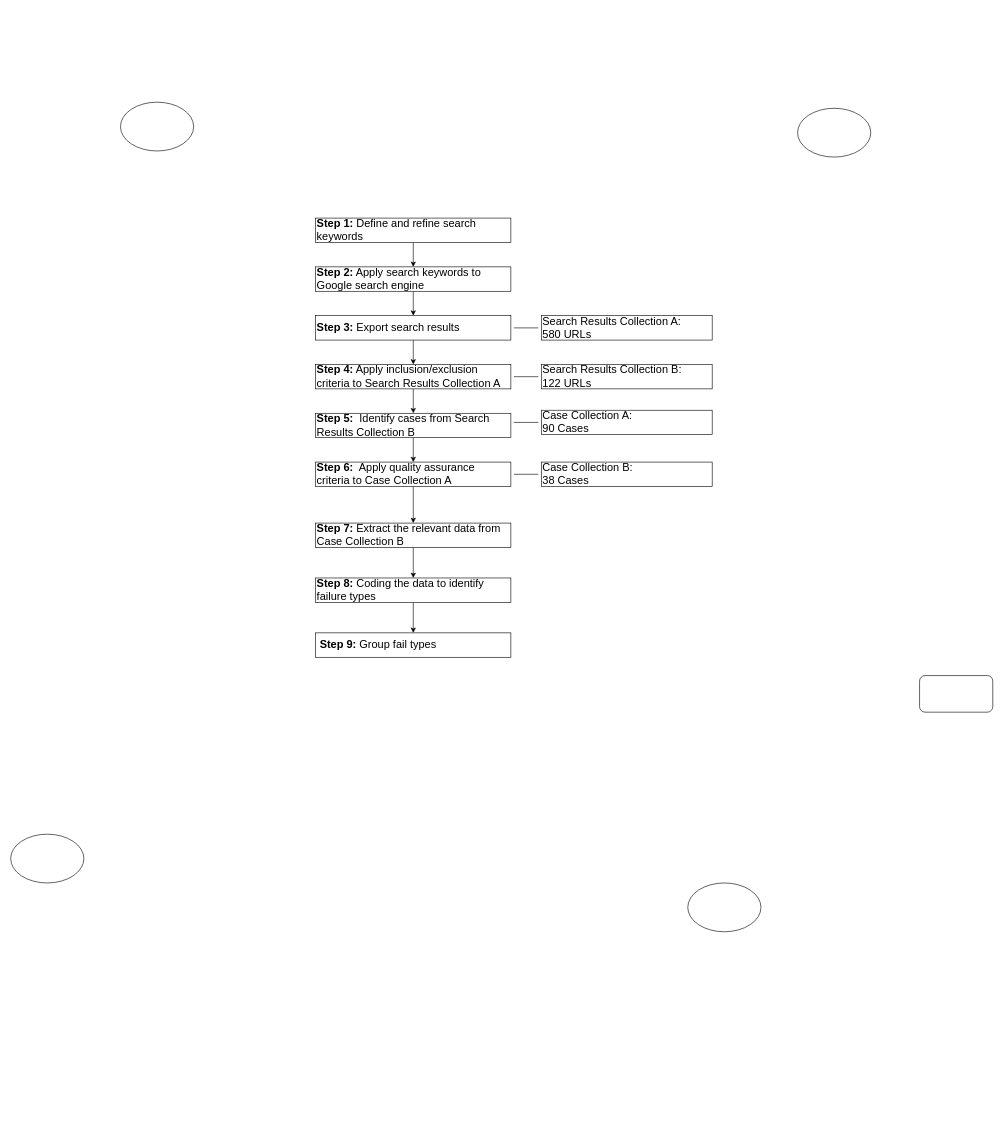
Before: Diagrams/Diagram.drawio in HeiderJeffer/Gilgamesh, a draw.io diagram. Source tidied: cells renumbered, new cells numbered last; positions are measured from the earlier drawing's top-left corner, leaving out a move shared by most shapes. Both pictures are drawn from the tidied source at 61%, with x=0, y=0 at pixel (10, 102).
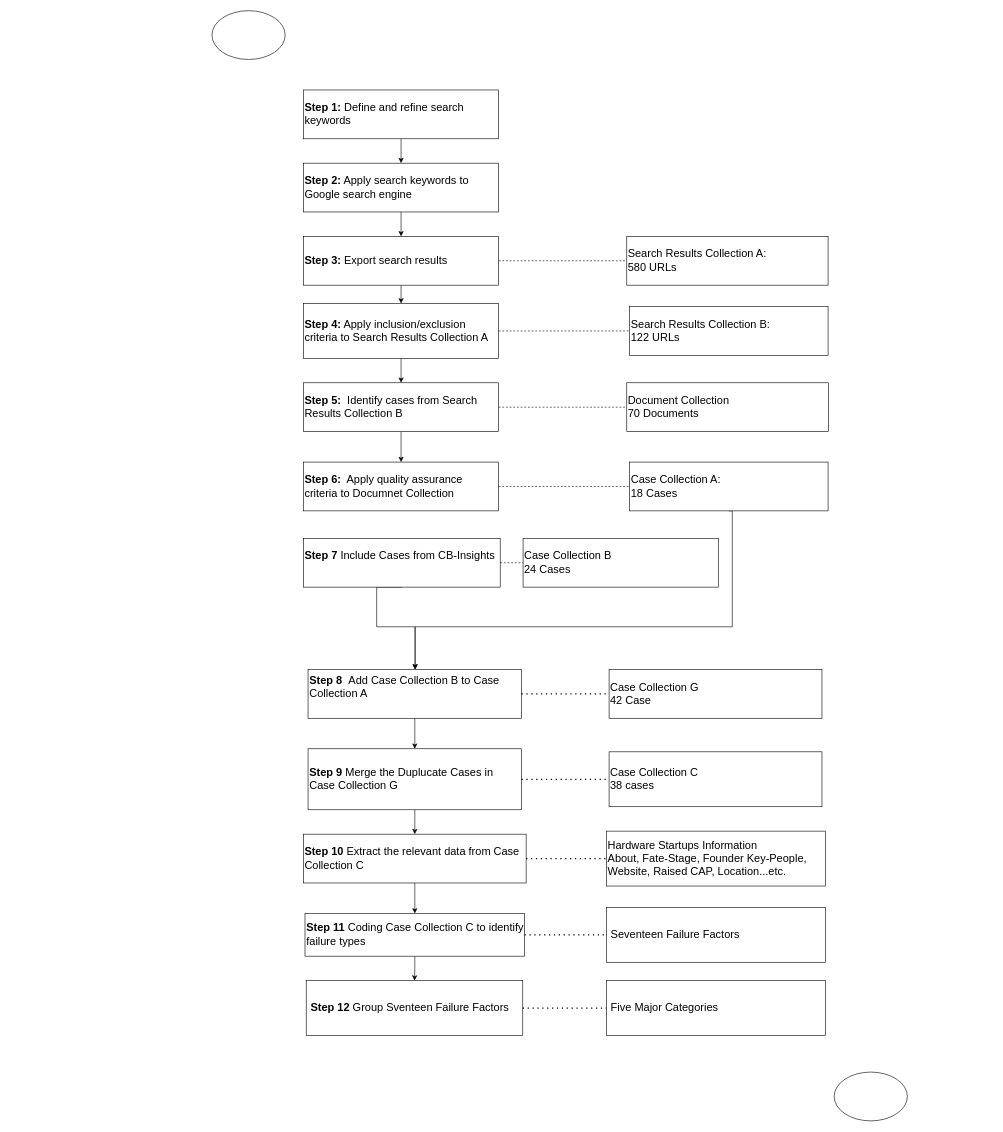
Above is the later version.

What changed in the source:
```diff
@@
     <mxCell id="3" value="&lt;span style=&quot;white-space: normal&quot;&gt;&lt;font style=&quot;font-size: 18px&quot;&gt;&lt;b&gt;Step 1:&lt;/b&gt; Define and refine search keywords&lt;/font&gt;&lt;/span&gt;" style="rounded=0;whiteSpace=wrap;html=1;align=left;" parent="1" vertex="1">
-      <mxGeometry x="500" y="190" width="320" height="40" as="geometry" />
+      <mxGeometry x="480" y="-20" width="320" height="80" as="geometry" />
     </mxCell>
@@
     <mxCell id="5" value="&lt;font style=&quot;font-size: 18px&quot;&gt;&lt;b&gt;Step 2:&lt;/b&gt; Apply search keywords to Google search engine&lt;/font&gt;" style="rounded=0;whiteSpace=wrap;html=1;align=left;" parent="1" vertex="1">
-      <mxGeometry x="500" y="270" width="320" height="40" as="geometry" />
+      <mxGeometry x="480" y="100" width="320" height="80" as="geometry" />
     </mxCell>
@@
     <mxCell id="7" value="&lt;font style=&quot;font-size: 18px&quot;&gt;&lt;b&gt;Step 3:&lt;/b&gt; Export search results&lt;/font&gt;" style="rounded=0;whiteSpace=wrap;html=1;align=left;" parent="1" vertex="1">
-      <mxGeometry x="500" y="350" width="320" height="40" as="geometry" />
+      <mxGeometry x="480" y="220" width="320" height="80" as="geometry" />
     </mxCell>
@@
     <mxCell id="9" value="&lt;font style=&quot;font-size: 18px&quot;&gt;&lt;b&gt;Step 4:&lt;/b&gt; Apply inclusion/exclusion criteria to Search Results Collection A&lt;/font&gt;" style="rounded=0;whiteSpace=wrap;html=1;align=left;" parent="1" vertex="1">
-      <mxGeometry x="500" y="430" width="320" height="40" as="geometry" />
+      <mxGeometry x="480" y="330" width="320" height="90" as="geometry" />
     </mxCell>
@@
     <mxCell id="11" value="&lt;font style=&quot;font-size: 18px&quot;&gt;&lt;b&gt;Step 5:&lt;/b&gt;&amp;nbsp; Identify cases from Search Results Collection B&lt;/font&gt;" style="rounded=0;whiteSpace=wrap;html=1;align=left;" parent="1" vertex="1">
-      <mxGeometry x="500" y="510" width="320" height="40" as="geometry" />
+      <mxGeometry x="480" y="460" width="320" height="80" as="geometry" />
     </mxCell>
-    <mxCell id="12" style="edgeStyle=orthogonalEdgeStyle;rounded=0;jettySize=auto;html=1;exitX=0.5;exitY=1;exitDx=0;exitDy=0;entryX=0.5;entryY=0;entryDx=0;entryDy=0;" parent="1" edge="1" source="13" target="15">
-      <mxGeometry relative="1" as="geometry" />
-    </mxCell>
-    <mxCell id="13" value="&lt;font style=&quot;font-size: 18px&quot;&gt;&lt;b&gt;Step 6:&lt;/b&gt;&amp;nbsp; Apply quality assurance criteria to Case Collection A&lt;/font&gt;" style="rounded=0;whiteSpace=wrap;html=1;align=left;" parent="1" vertex="1">
-      <mxGeometry x="500" y="590" width="320" height="40" as="geometry" />
+    <mxCell id="13" value="&lt;font style=&quot;font-size: 18px&quot;&gt;&lt;b&gt;Step 6:&lt;/b&gt;&amp;nbsp; Apply quality assurance criteria to Documnet Collection&lt;/font&gt;" style="rounded=0;whiteSpace=wrap;html=1;align=left;" parent="1" vertex="1">
+      <mxGeometry x="480" y="590" width="320" height="80" as="geometry" />
     </mxCell>
@@
-    <mxCell id="15" value="&lt;font style=&quot;font-size: 18px&quot;&gt;&lt;b&gt;Step 7:&lt;/b&gt; Extract the relevant data from Case Collection B&lt;/font&gt;" style="rounded=0;whiteSpace=wrap;html=1;align=left;" parent="1" vertex="1">
-      <mxGeometry x="500" y="690" width="320" height="40" as="geometry" />
+    <mxCell id="15" value="&lt;font style=&quot;font-size: 18px&quot;&gt;&lt;b&gt;Step 10&lt;/b&gt;&amp;nbsp;Extract the relevant data from Case Collection C&lt;/font&gt;" style="rounded=0;whiteSpace=wrap;html=1;align=left;" parent="1" vertex="1">
+      <mxGeometry x="480" y="1200" width="365" height="80" as="geometry" />
     </mxCell>
@@
-    <mxCell id="17" value="&lt;font style=&quot;font-size: 18px&quot;&gt;&lt;b&gt;Step 8:&lt;/b&gt; Coding the data to identify failure types&lt;/font&gt;" style="rounded=0;whiteSpace=wrap;html=1;align=left;" parent="1" vertex="1">
-      <mxGeometry x="500" y="780" width="320" height="40" as="geometry" />
+    <mxCell id="17" value="&lt;font style=&quot;font-size: 18px&quot;&gt;&lt;b&gt;Step 11&lt;/b&gt;&amp;nbsp;Coding Case Collection C to identify failure types&lt;br&gt;&lt;/font&gt;" style="rounded=0;whiteSpace=wrap;html=1;align=left;" parent="1" vertex="1">
+      <mxGeometry x="482.5" y="1330" width="360" height="70" as="geometry" />
     </mxCell>
-    <mxCell id="18" value="&lt;font style=&quot;font-size: 18px&quot;&gt;&lt;b&gt;&amp;nbsp;Step 9:&amp;nbsp;&lt;/b&gt;Group fail types&lt;/font&gt;" style="rounded=0;whiteSpace=wrap;html=1;align=left;" parent="1" vertex="1">
-      <mxGeometry x="500" y="870" width="320" height="40" as="geometry" />
+    <mxCell id="18" value="&lt;font style=&quot;font-size: 18px&quot;&gt;&lt;b&gt;&amp;nbsp;Step 12&amp;nbsp;&lt;/b&gt;Group Sventeen Failure Factors&lt;br&gt;&lt;/font&gt;" style="rounded=0;whiteSpace=wrap;html=1;align=left;" parent="1" vertex="1">
+      <mxGeometry x="484.5" y="1440" width="355" height="90" as="geometry" />
     </mxCell>
     <mxCell id="19" value="&lt;font style=&quot;font-size: 18px&quot;&gt;Search Results Collection A:&lt;br&gt;580 URLs&lt;/font&gt;" style="rounded=0;whiteSpace=wrap;html=1;align=left;" parent="1" vertex="1">
-      <mxGeometry x="870" y="350" width="280" height="40" as="geometry" />
+      <mxGeometry x="1010" y="220" width="330" height="80" as="geometry" />
     </mxCell>
     <mxCell id="20" value="&lt;font style=&quot;font-size: 18px&quot;&gt;Search Results Collection B:&lt;br&gt;122 URLs&lt;/font&gt;" style="rounded=0;whiteSpace=wrap;html=1;align=left;" parent="1" vertex="1">
-      <mxGeometry x="870" y="430" width="280" height="40" as="geometry" />
+      <mxGeometry x="1014.5" y="335" width="325.5" height="80" as="geometry" />
     </mxCell>
-    <mxCell id="21" value="&lt;font style=&quot;font-size: 18px&quot;&gt;Case Collection A:&lt;br&gt;90 Cases&lt;/font&gt;" style="rounded=0;whiteSpace=wrap;html=1;align=left;" parent="1" vertex="1">
-      <mxGeometry x="870" y="505" width="280" height="40" as="geometry" />
+    <mxCell id="21" value="&lt;font style=&quot;font-size: 18px&quot;&gt;Document Collection&amp;nbsp;&lt;br&gt;70 Documents&lt;/font&gt;" style="rounded=0;whiteSpace=wrap;html=1;align=left;" parent="1" vertex="1">
+      <mxGeometry x="1010" y="460" width="330.5" height="80" as="geometry" />
     </mxCell>
+    <mxCell id="32" style="edgeStyle=orthogonalEdgeStyle;rounded=0;jettySize=auto;html=1;exitX=0.5;exitY=1;exitDx=0;exitDy=0;" parent="1" edge="1" source="22" target="36">
+      <mxGeometry relative="1" as="geometry">
+        <Array as="points">
+          <mxPoint x="1183" y="860" />
+          <mxPoint x="663" y="860" />
+        </Array>
+      </mxGeometry>
+    </mxCell>
-    <mxCell id="22" value="&lt;font style=&quot;font-size: 18px&quot;&gt;Case Collection B:&lt;br&gt;38 Cases&lt;/font&gt;" style="rounded=0;whiteSpace=wrap;html=1;align=left;" parent="1" vertex="1">
-      <mxGeometry x="870" y="590" width="280" height="40" as="geometry" />
+    <mxCell id="22" value="&lt;font style=&quot;font-size: 18px&quot;&gt;Case Collection A:&lt;br&gt;18 Cases&lt;/font&gt;" style="rounded=0;whiteSpace=wrap;html=1;align=left;" parent="1" vertex="1">
+      <mxGeometry x="1014.5" y="590" width="325.5" height="80" as="geometry" />
     </mxCell>
-    <mxCell id="23" style="rounded=1;whiteSpace=wrap;html=1;" parent="1" vertex="1">
-      <mxGeometry x="1490" y="940" width="120" height="60" as="geometry" />
-    </mxCell>
-    <mxCell id="24" style="line;strokeWidth=1;fillColor=none;align=left;verticalAlign=middle;spacingTop=-1;spacingLeft=3;spacingRight=3;labelPosition=right;" parent="1" vertex="1">
-      <mxGeometry x="825" y="415" width="40" height="70" as="geometry" />
-    </mxCell>
-    <mxCell id="25" style="line;strokeWidth=1;fillColor=none;align=left;verticalAlign=middle;spacingTop=-1;spacingLeft=3;spacingRight=3;labelPosition=right;" parent="1" vertex="1">
-      <mxGeometry x="825" y="490" width="40" height="70" as="geometry" />
-    </mxCell>
-    <mxCell id="26" style="line;strokeWidth=1;fillColor=none;align=left;verticalAlign=middle;spacingTop=-1;spacingLeft=3;spacingRight=3;labelPosition=right;" parent="1" vertex="1">
-      <mxGeometry x="825" y="335" width="40" height="70" as="geometry" />
-    </mxCell>
-    <mxCell id="27" style="line;strokeWidth=1;fillColor=none;align=left;verticalAlign=middle;spacingTop=-1;spacingLeft=3;spacingRight=3;labelPosition=right;" parent="1" vertex="1">
-      <mxGeometry x="825" y="575" width="40" height="70" as="geometry" />
-    </mxCell>
-    <mxCell id="28" style="ellipse;whiteSpace=wrap;html=1;" parent="1" vertex="1">
-      <mxGeometry x="1110" y="1280" width="120" height="80" as="geometry" />
-    </mxCell>
-    <mxCell id="29" style="ellipse;whiteSpace=wrap;html=1;" parent="1" vertex="1">
-      <mxGeometry x="1290" y="10" width="120" height="80" as="geometry" />
-    </mxCell>
-    <mxCell id="30" style="ellipse;whiteSpace=wrap;html=1;" parent="1" vertex="1">
-      <mxGeometry x="180" width="120" height="80" as="geometry" />
-    </mxCell>
-    <mxCell id="31" style="ellipse;whiteSpace=wrap;html=1;" parent="1" vertex="1">
-      <mxGeometry y="1200" width="120" height="80" as="geometry" />
-    </mxCell>
+    <mxCell id="33" style="edgeStyle=orthogonalEdgeStyle;rounded=0;jettySize=auto;html=1;exitX=0.5;exitY=1;exitDx=0;exitDy=0;" parent="1" edge="1" source="34" target="36">
+      <mxGeometry relative="1" as="geometry">
+        <Array as="points">
+          <mxPoint x="600" y="795" />
+          <mxPoint x="600" y="860" />
+          <mxPoint x="663" y="860" />
+        </Array>
+      </mxGeometry>
+    </mxCell>
+    <mxCell id="34" value="&lt;font style=&quot;font-size: 18px&quot;&gt;&lt;b&gt;Step 7&lt;/b&gt;&amp;nbsp;Include Cases from CB-Insights&lt;br&gt;&lt;br&gt;&lt;/font&gt;" style="rounded=0;whiteSpace=wrap;html=1;align=left;" parent="1" vertex="1">
+      <mxGeometry x="480" y="715" width="322.5" height="80" as="geometry" />
+    </mxCell>
+    <mxCell id="35" style="edgeStyle=orthogonalEdgeStyle;rounded=0;jettySize=auto;html=1;entryX=0.5;entryY=0;entryDx=0;entryDy=0;" parent="1" edge="1" source="36" target="38">
+      <mxGeometry relative="1" as="geometry" />
+    </mxCell>
+    <mxCell id="36" value="&lt;font style=&quot;font-size: 18px&quot;&gt;&lt;b&gt;Step 8&amp;nbsp; &lt;/b&gt;Add Case Collection B to Case Collection A&lt;br&gt;&lt;br&gt;&lt;/font&gt;" style="rounded=0;whiteSpace=wrap;html=1;align=left;" parent="1" vertex="1">
+      <mxGeometry x="487.5" y="930" width="350" height="80" as="geometry" />
+    </mxCell>
+    <mxCell id="37" style="edgeStyle=orthogonalEdgeStyle;rounded=0;jettySize=auto;html=1;entryX=0.5;entryY=0;entryDx=0;entryDy=0;" parent="1" edge="1" source="38" target="15">
+      <mxGeometry relative="1" as="geometry" />
+    </mxCell>
+    <mxCell id="38" value="&lt;p&gt;&lt;span style=&quot;font-size: 18px&quot;&gt;&lt;b&gt;Step 9&lt;/b&gt;&amp;nbsp;&lt;/span&gt;&lt;span style=&quot;font-size: 18px&quot;&gt;Merge the Duplucate&amp;nbsp;Cases in&lt;br&gt;Case Collection G&lt;/span&gt;&lt;br&gt;&lt;/p&gt;" style="rounded=0;whiteSpace=wrap;html=1;align=left;" parent="1" vertex="1">
+      <mxGeometry x="487.5" y="1060" width="350" height="100" as="geometry" />
+    </mxCell>
+    <mxCell id="39" style="ellipse;whiteSpace=wrap;html=1;" parent="1" vertex="1">
+      <mxGeometry x="330" y="-150" width="120" height="80" as="geometry" />
+    </mxCell>
+    <mxCell id="40" style="ellipse;whiteSpace=wrap;html=1;" parent="1" vertex="1">
+      <mxGeometry x="1350" y="1590" width="120" height="80" as="geometry" />
+    </mxCell>
+    <mxCell id="41" value="&lt;span style=&quot;font-size: 18px&quot;&gt;Case Collection G&lt;br&gt;&lt;/span&gt;&lt;span style=&quot;font-size: 18px&quot;&gt;42 Case&lt;/span&gt;&lt;span style=&quot;font-size: 18px&quot;&gt;&lt;br&gt;&lt;/span&gt;" style="rounded=0;whiteSpace=wrap;html=1;align=left;" parent="1" vertex="1">
+      <mxGeometry x="981" y="930" width="349" height="80" as="geometry" />
+    </mxCell>
+    <mxCell id="42" value="&lt;span style=&quot;font-size: 18px&quot;&gt;Case Collection C&lt;br&gt;&lt;/span&gt;&lt;span style=&quot;font-size: 18px&quot;&gt;38 cases&lt;/span&gt;&lt;span style=&quot;font-size: 18px&quot;&gt;&lt;br&gt;&lt;/span&gt;" style="rounded=0;whiteSpace=wrap;html=1;align=left;" parent="1" vertex="1">
+      <mxGeometry x="981" y="1065" width="349" height="90" as="geometry" />
+    </mxCell>
+    <mxCell id="43" value="&lt;span style=&quot;font-size: 18px&quot;&gt;Hardware Startups Information&lt;br&gt;About, Fate-Stage, Founder Key-People,&lt;/span&gt;&lt;br&gt;&lt;span style=&quot;font-size: 18px&quot;&gt;Website, Raised CAP, Location...etc.&lt;/span&gt;" style="rounded=0;whiteSpace=wrap;html=1;align=left;" parent="1" vertex="1">
+      <mxGeometry x="976.5" y="1195" width="359" height="90" as="geometry" />
+    </mxCell>
+    <mxCell id="44" value="&lt;span style=&quot;font-size: 18px&quot;&gt;&amp;nbsp;Seventeen Failure Factors&lt;/span&gt;" style="rounded=0;whiteSpace=wrap;html=1;align=left;" parent="1" vertex="1">
+      <mxGeometry x="976.5" y="1320" width="359" height="90" as="geometry" />
+    </mxCell>
+    <mxCell id="45" value="&lt;span style=&quot;font-size: 18px&quot;&gt;&amp;nbsp;Five Major Categories&amp;nbsp;&lt;/span&gt;&lt;span style=&quot;font-size: 18px&quot;&gt;&lt;br&gt;&lt;/span&gt;" style="rounded=0;whiteSpace=wrap;html=1;align=left;" parent="1" vertex="1">
+      <mxGeometry x="976.5" y="1440" width="359" height="90" as="geometry" />
+    </mxCell>
+    <mxCell id="46" value="&lt;font style=&quot;font-size: 18px&quot;&gt;Case Collection B&lt;br&gt;24 Cases&lt;/font&gt;" style="rounded=0;whiteSpace=wrap;html=1;align=left;" parent="1" vertex="1">
+      <mxGeometry x="840" y="715" width="320" height="80" as="geometry" />
+    </mxCell>
+    <mxCell id="47" style="endArrow=none;dashed=1;html=1;rounded=0;exitX=1;exitY=0.5;exitDx=0;exitDy=0;entryX=0;entryY=0.5;entryDx=0;entryDy=0;" parent="1" edge="1" source="11" target="21">
+      <mxGeometry relative="1" as="geometry" />
+    </mxCell>
+    <mxCell id="48" style="endArrow=none;dashed=1;html=1;rounded=0;exitX=1;exitY=0.5;exitDx=0;exitDy=0;entryX=0;entryY=0.5;entryDx=0;entryDy=0;" parent="1" edge="1" source="13" target="22">
+      <mxGeometry relative="1" as="geometry" />
+    </mxCell>
+    <mxCell id="49" style="endArrow=none;dashed=1;html=1;rounded=0;entryX=0;entryY=0.5;entryDx=0;entryDy=0;" parent="1" edge="1" source="34" target="46">
+      <mxGeometry relative="1" as="geometry" />
+    </mxCell>
+    <mxCell id="50" style="endArrow=none;dashed=1;html=1;rounded=0;" parent="1" edge="1" source="9" target="20">
+      <mxGeometry relative="1" as="geometry" />
+    </mxCell>
+    <mxCell id="51" style="endArrow=none;dashed=1;html=1;rounded=0;exitX=1;exitY=0.5;exitDx=0;exitDy=0;" parent="1" edge="1" source="7" target="19">
+      <mxGeometry relative="1" as="geometry" />
+    </mxCell>
+    <mxCell id="52" style="endArrow=none;dashed=1;html=1;dashPattern=1 3;strokeWidth=2;rounded=0;entryX=0;entryY=0.5;entryDx=0;entryDy=0;" parent="1" edge="1" source="17" target="44">
+      <mxGeometry relative="1" as="geometry" />
+    </mxCell>
+    <mxCell id="53" style="endArrow=none;dashed=1;html=1;dashPattern=1 3;strokeWidth=2;rounded=0;entryX=0;entryY=0.5;entryDx=0;entryDy=0;exitX=1;exitY=0.5;exitDx=0;exitDy=0;" parent="1" edge="1" source="18" target="45">
+      <mxGeometry relative="1" as="geometry" />
+    </mxCell>
+    <mxCell id="54" style="endArrow=none;dashed=1;html=1;dashPattern=1 3;strokeWidth=2;rounded=0;entryX=0;entryY=0.5;entryDx=0;entryDy=0;exitX=1;exitY=0.5;exitDx=0;exitDy=0;" parent="1" edge="1" source="15" target="43">
+      <mxGeometry relative="1" as="geometry" />
+    </mxCell>
+    <mxCell id="55" style="endArrow=none;dashed=1;html=1;dashPattern=1 3;strokeWidth=2;rounded=0;entryX=0;entryY=0.5;entryDx=0;entryDy=0;exitX=1;exitY=0.5;exitDx=0;exitDy=0;" parent="1" edge="1" source="38" target="42">
+      <mxGeometry relative="1" as="geometry" />
+    </mxCell>
+    <mxCell id="56" style="endArrow=none;dashed=1;html=1;dashPattern=1 3;strokeWidth=2;rounded=0;entryX=0;entryY=0.5;entryDx=0;entryDy=0;" parent="1" edge="1" source="36" target="41">
+      <mxGeometry relative="1" as="geometry" />
+    </mxCell>
```
